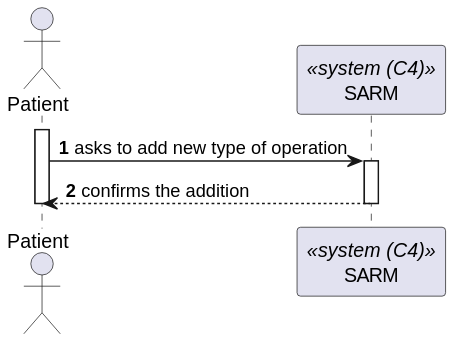
This is docs/sprint-a/us-5.1.20/views/level1/process-view.svg from 1220846/sem5pi-24-25-3ddg20, a PlantUML export, as it was before one commit. The source it was exported from:
```plantuml
@startuml
autonumber

actor "Patient" as Patient
participant SARM as "SARM" <<system (C4)>>

activate Patient

    Patient -> SARM : asks to add new type of operation

    activate SARM

        SARM --> Patient : confirms the addition

    deactivate SARM

deactivate Patient
@enduml
```
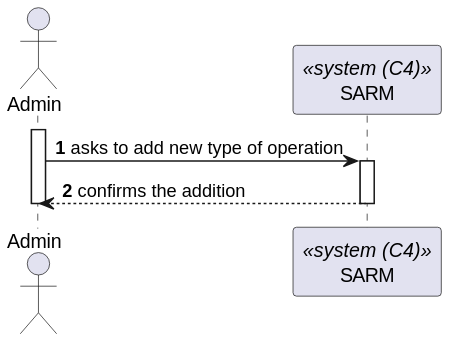
The same file after the commit.

Commit message:
docs: fix actor in process-view level 1 #20

Change to the diagram source:
```diff
@@ -1,18 +1,18 @@
 @startuml
 autonumber
 
-actor "Patient" as Patient
+actor "Admin" as Admin
 participant SARM as "SARM" <<system (C4)>>
 
-activate Patient
+activate Admin
 
-    Patient -> SARM : asks to add new type of operation
+    Admin -> SARM : asks to add new type of operation
 
     activate SARM
 
-        SARM --> Patient : confirms the addition
+        SARM --> Admin : confirms the addition
 
     deactivate SARM
 
-deactivate Patient
+deactivate Admin
 @enduml
```
